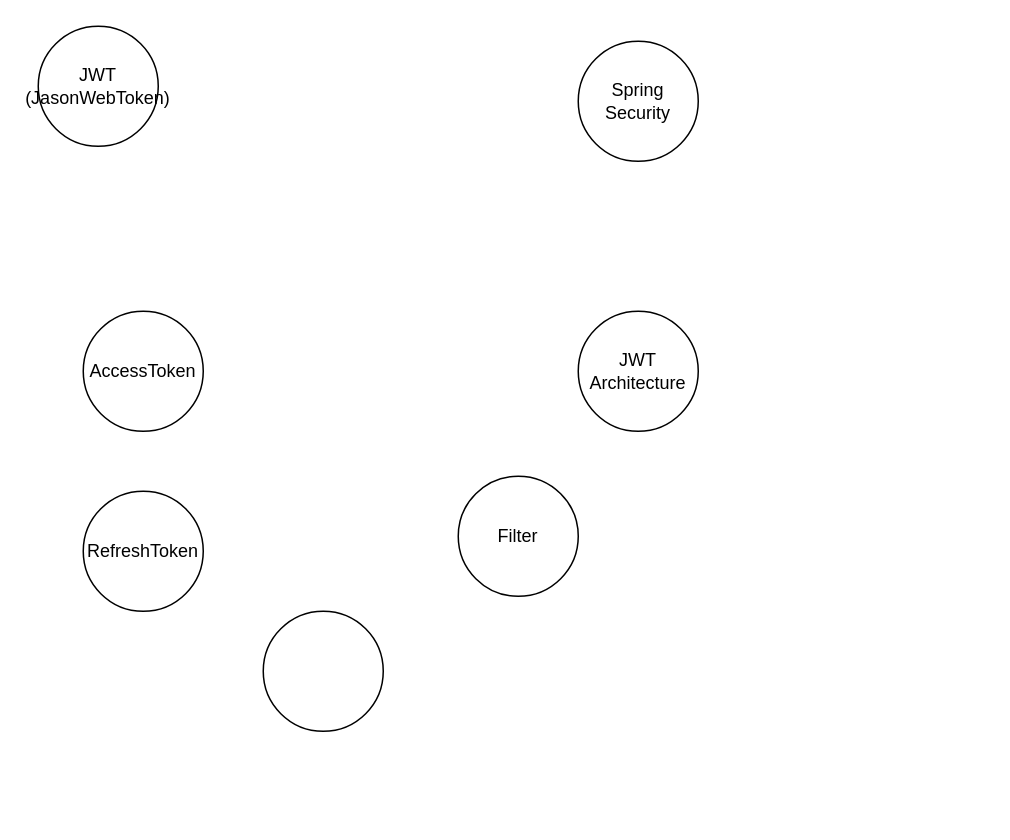
Before: JWT.drawio in HJC96/Study, a draw.io diagram. Source tidied: cells renumbered, new cells numbered last; positions are measured from the earlier drawing's top-left corner, leaving out a move shared by most shapes. Both pictures are drawn from the tidied source at 150%, with x=0, y=0 at pixel (38, 26).
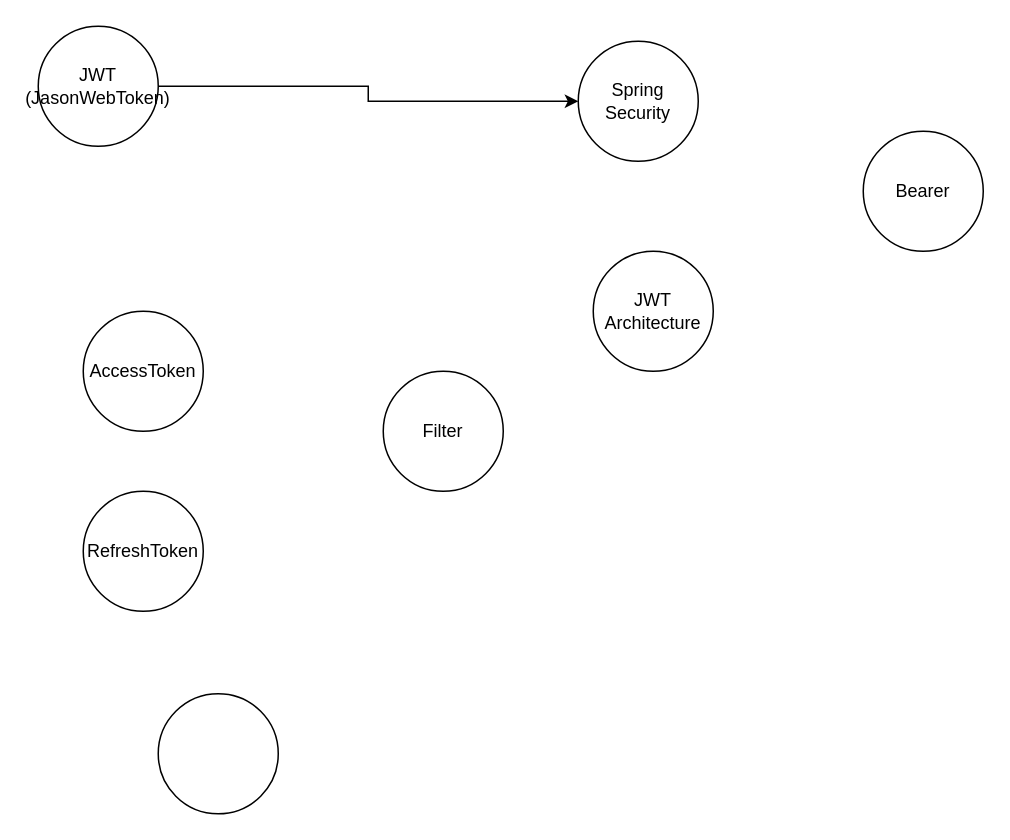
The same diagram, later.

Diff of the diagram source:
```diff
@@
 <mxGraphModel>
   <root>
     <mxCell id="0" />
     <mxCell id="1" parent="0" />
+    <mxCell id="9" style="edgeStyle=orthogonalEdgeStyle;rounded=0;jettySize=auto;html=1;exitX=1;exitY=0.5;exitDx=0;exitDy=0;entryX=0;entryY=0.5;entryDx=0;entryDy=0;" parent="1" edge="1" source="2" target="3">
+      <mxGeometry relative="1" as="geometry" />
+    </mxCell>
     <mxCell id="2" value="JWT&lt;br&gt;(JasonWebToken)" style="ellipse;whiteSpace=wrap;html=1;" parent="1" vertex="1">
       <mxGeometry width="80" height="80" as="geometry" />
     </mxCell>
     <mxCell id="3" value="Spring Security" style="ellipse;whiteSpace=wrap;html=1;" parent="1" vertex="1">
       <mxGeometry x="360" y="10" width="80" height="80" as="geometry" />
     </mxCell>
     <mxCell id="4" value="AccessToken" style="ellipse;whiteSpace=wrap;html=1;" parent="1" vertex="1">
       <mxGeometry x="30" y="190" width="80" height="80" as="geometry" />
     </mxCell>
     <mxCell id="5" value="RefreshToken" style="ellipse;whiteSpace=wrap;html=1;" parent="1" vertex="1">
       <mxGeometry x="30" y="310" width="80" height="80" as="geometry" />
     </mxCell>
     <mxCell id="6" value="JWT Architecture" style="ellipse;whiteSpace=wrap;html=1;" parent="1" vertex="1">
-      <mxGeometry x="360" y="190" width="80" height="80" as="geometry" />
+      <mxGeometry x="370" y="150" width="80" height="80" as="geometry" />
     </mxCell>
     <mxCell id="7" value="Filter" style="ellipse;whiteSpace=wrap;html=1;" parent="1" vertex="1">
-      <mxGeometry x="280" y="300" width="80" height="80" as="geometry" />
+      <mxGeometry x="230" y="230" width="80" height="80" as="geometry" />
     </mxCell>
     <mxCell id="8" style="ellipse;whiteSpace=wrap;html=1;" parent="1" vertex="1">
-      <mxGeometry x="150" y="390" width="80" height="80" as="geometry" />
+      <mxGeometry x="80" y="445" width="80" height="80" as="geometry" />
     </mxCell>
+    <mxCell id="10" value="Bearer" style="ellipse;whiteSpace=wrap;html=1;" parent="1" vertex="1">
+      <mxGeometry x="550" y="70" width="80" height="80" as="geometry" />
+    </mxCell>
   </root>
 </mxGraphModel>
```
